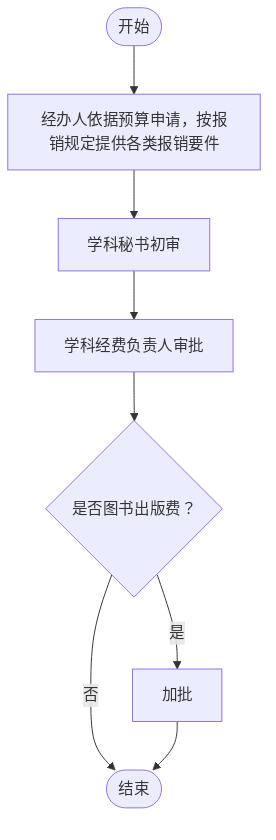
Above: outline2flow/flow_outputs/page_65.png in AmyIvan/work1 (Mermaid), before the change. Its source is kept beside it as outline2flow/mmd_outputs/page_65.mmd. Source of this version:
```mermaid
flowchart TD
    Start(["开始"]) --> A[经办人依据预算申请，按报销规定提供各类报销要件]
    A --> B[学科秘书初审]
    B --> C[学科经费负责人审批]
    C --> D{是否图书出版费？}
    D -->|是| E[加批]
    D -->|否| End(["结束"])
    E --> End(["结束"])
```
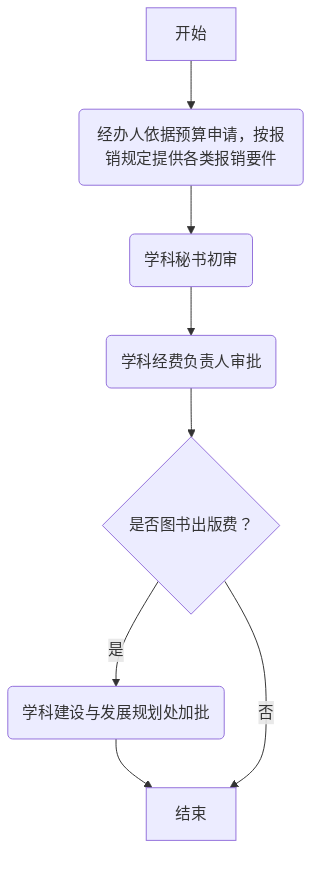
Above is the later version.

Change to the diagram source:
```diff
@@ -1,8 +1,8 @@
 flowchart TD
-    Start(["开始"]) --> A[经办人依据预算申请，按报销规定提供各类报销要件]
-    A --> B[学科秘书初审]
-    B --> C[学科经费负责人审批]
-    C --> D{是否图书出版费？}
-    D -->|是| E[加批]
-    D -->|否| End(["结束"])
-    E --> End(["结束"])
+    A[开始] --> B(经办人依据预算申请，按报销规定提供各类报销要件)
+    B --> C(学科秘书初审)
+    C --> D(学科经费负责人审批)
+    D --> E{是否图书出版费？}
+    E -->|是| F(学科建设与发展规划处加批)
+    F --> G[结束]
+    E -->|否| G[结束]
```
